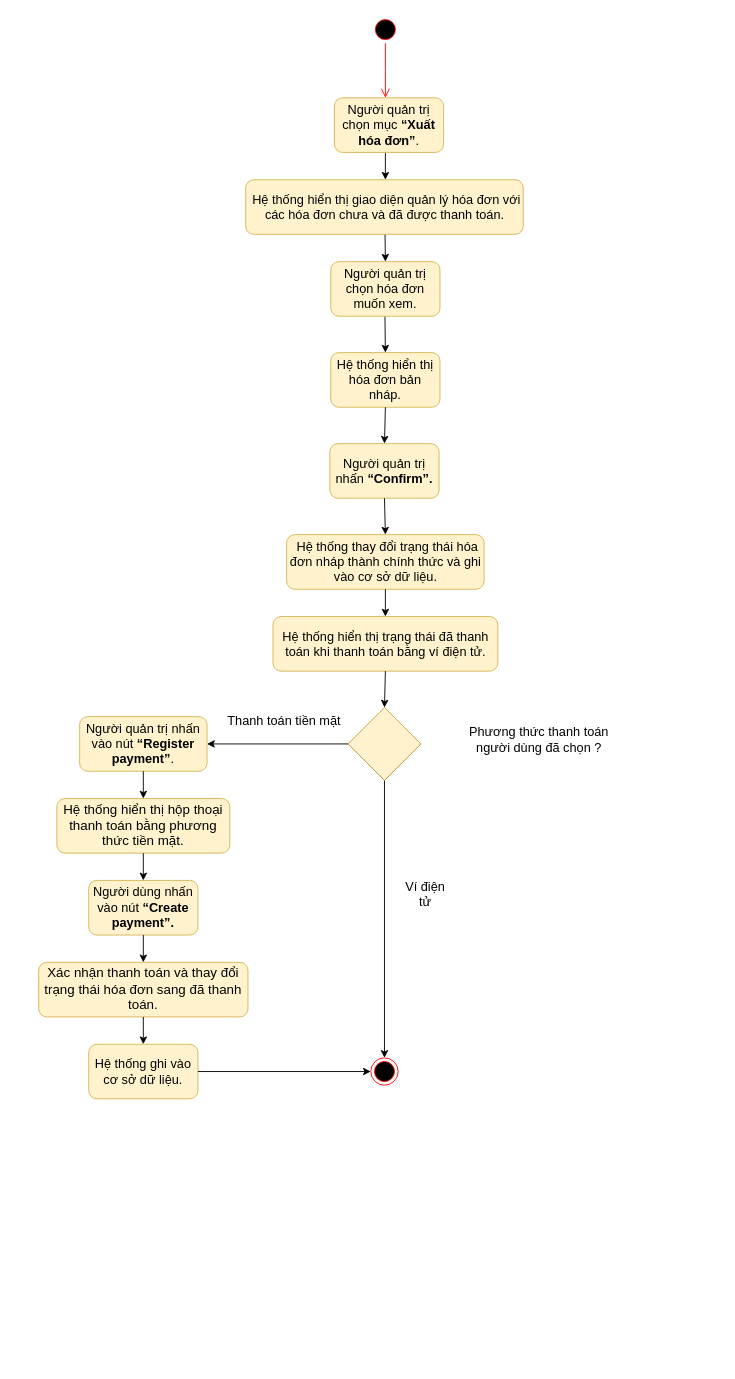
Earlier version of the draw.io diagram Nam3_HK1/CNPM_SoftTech/Activity Diagrams/Minh Tấn/AD_QuảnLíHoáĐơn.drawio (EdgarIgnite16/SGU-Course). Source tidied: cells renumbered, new cells numbered last; positions are measured from the earlier drawing's top-left corner, leaving out a move shared by most shapes. Both pictures are drawn from the tidied source at 91%, with x=0, y=0 at pixel (38, 15).
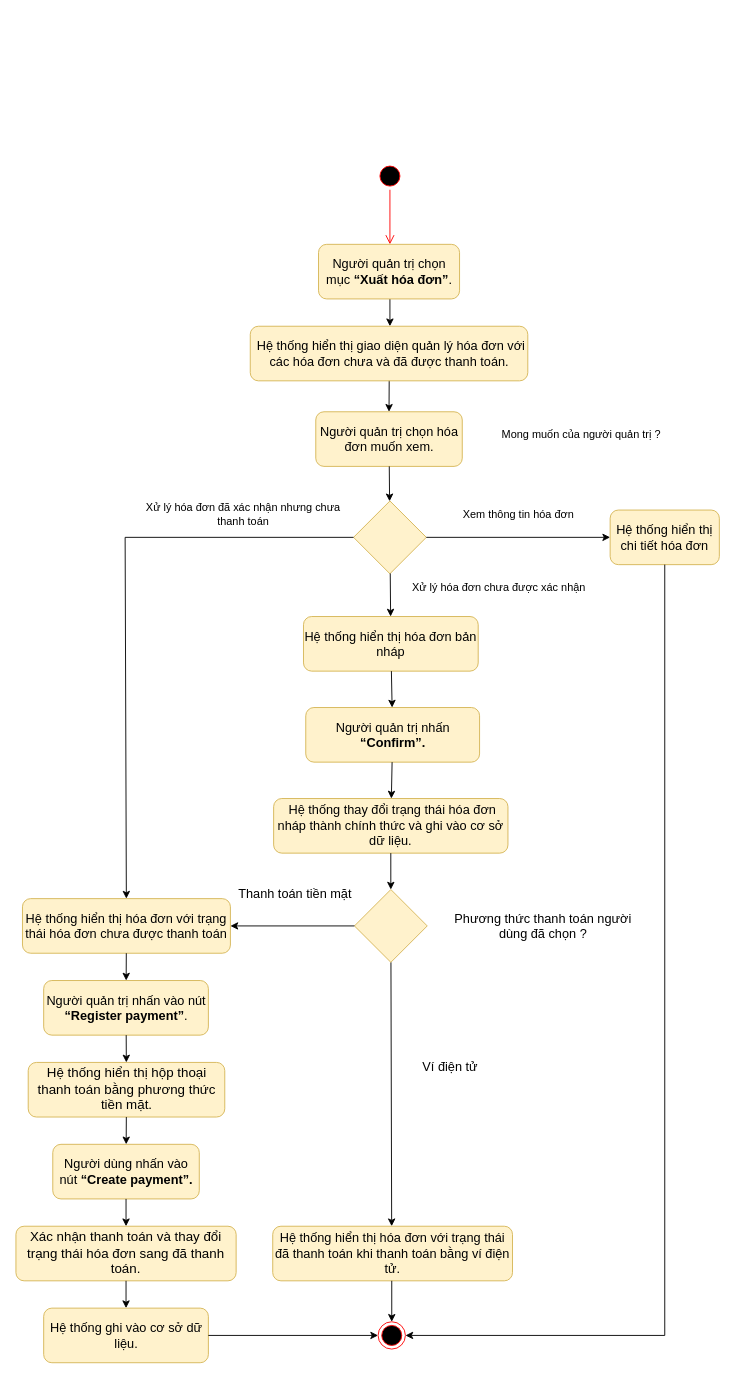
The same page after the edit.

What changed in the source:
```diff
@@
     <mxCell id="2" style="ellipse;html=1;shape=startState;fillColor=#000000;strokeColor=#ff0000;fontSize=14;" parent="1" vertex="1">
-      <mxGeometry x="366" width="30" height="30" as="geometry" />
+      <mxGeometry x="371" y="161" width="30" height="30" as="geometry" />
     </mxCell>
     <mxCell id="3" style="edgeStyle=orthogonalEdgeStyle;html=1;verticalAlign=bottom;endArrow=open;endSize=8;strokeColor=#ff0000;rounded=0;fontSize=14;" parent="1" edge="1" source="2">
       <mxGeometry relative="1" as="geometry">
-        <mxPoint x="381" y="90" as="targetPoint" />
+        <mxPoint x="386" y="251" as="targetPoint" />
       </mxGeometry>
     </mxCell>
     <mxCell id="4" style="endArrow=classic;html=1;rounded=0;fontSize=14;" parent="1" edge="1">
       <mxGeometry relative="1" as="geometry">
-        <mxPoint x="381" y="150" as="sourcePoint" />
-        <mxPoint x="381" y="180" as="targetPoint" />
+        <mxPoint x="386" y="311" as="sourcePoint" />
+        <mxPoint x="386" y="341" as="targetPoint" />
       </mxGeometry>
     </mxCell>
     <mxCell id="5" style="endArrow=classic;html=1;rounded=0;fontSize=14;entryX=0.5;entryY=0;entryDx=0;entryDy=0;" parent="1" edge="1" target="25">
       <mxGeometry relative="1" as="geometry">
-        <mxPoint x="380.4" y="220" as="sourcePoint" />
+        <mxPoint x="385.4" y="363" as="sourcePoint" />
       </mxGeometry>
     </mxCell>
-    <mxCell id="6" style="endArrow=classic;html=1;rounded=0;fontSize=14;entryX=0.5;entryY=0;entryDx=0;entryDy=0;" parent="1" edge="1" target="26">
-      <mxGeometry relative="1" as="geometry">
-        <mxPoint x="380.3" y="310" as="sourcePoint" />
-      </mxGeometry>
-    </mxCell>
-    <mxCell id="7" style="rhombus;whiteSpace=wrap;html=1;fontSize=14;" parent="1" vertex="1">
-      <mxGeometry x="340" y="760" width="80" height="80" as="geometry" />
-    </mxCell>
     <mxCell id="8" value="&lt;span id=&quot;docs-internal-guid-82bd6b2c-7fff-ee2b-9622-42759b33b3aa&quot; style=&quot;font-size: 14px;&quot;&gt;&lt;span style=&quot;font-size: 14px; font-family: Calibri, sans-serif; background-color: transparent; font-variant-numeric: normal; font-variant-east-asian: normal; vertical-align: baseline;&quot;&gt;Người quản trị nhấn vào nút &lt;/span&gt;&lt;span style=&quot;font-size: 14px; font-family: Calibri, sans-serif; background-color: transparent; font-weight: 700; font-variant-numeric: normal; font-variant-east-asian: normal; vertical-align: baseline;&quot;&gt;“Register payment”&lt;/span&gt;&lt;span style=&quot;font-size: 14px; font-family: Calibri, sans-serif; background-color: transparent; font-variant-numeric: normal; font-variant-east-asian: normal; vertical-align: baseline;&quot;&gt;.&lt;/span&gt;&lt;/span&gt;" style="rounded=1;whiteSpace=wrap;html=1;fillColor=#fff2cc;strokeColor=#d6b656;fontSize=14;" parent="1" vertex="1">
-      <mxGeometry x="45" y="770" width="140" height="60" as="geometry" />
+      <mxGeometry x="5.5" y="1060" width="181" height="60" as="geometry" />
     </mxCell>
-    <mxCell id="9" style="endArrow=classic;html=1;rounded=0;fontSize=14;" parent="1" edge="1" source="7" target="8">
-      <mxGeometry relative="1" as="geometry" />
-    </mxCell>
     <mxCell id="10" style="ellipse;html=1;shape=endState;fillColor=#000000;strokeColor=#ff0000;fontSize=14;" parent="1" vertex="1">
-      <mxGeometry x="365" y="1145" width="30" height="30" as="geometry" />
+      <mxGeometry x="373" y="1435" width="30" height="30" as="geometry" />
     </mxCell>
-    <mxCell id="11" style="endArrow=classic;html=1;rounded=0;fontSize=14;" parent="1" edge="1" source="7" target="10">
-      <mxGeometry relative="1" as="geometry" />
+    <mxCell id="11" style="endArrow=classic;html=1;rounded=0;fontSize=14;" parent="1" edge="1" source="27">
+      <mxGeometry relative="1" as="geometry">
+        <mxPoint x="387.9" y="1330" as="targetPoint" />
+      </mxGeometry>
     </mxCell>
     <mxCell id="12" value="Thanh toán tiền mặt" style="text;html=1;strokeColor=none;fillColor=none;align=center;verticalAlign=middle;whiteSpace=wrap;rounded=0;fontSize=14;" parent="1" vertex="1">
-      <mxGeometry x="205" y="760" width="130" height="30" as="geometry" />
+      <mxGeometry x="217" y="950" width="130" height="30" as="geometry" />
     </mxCell>
     <mxCell id="13" value="Ví điện tử" style="text;html=1;strokeColor=none;fillColor=none;align=center;verticalAlign=middle;whiteSpace=wrap;rounded=0;fontSize=14;" parent="1" vertex="1">
-      <mxGeometry x="395" y="950" width="60" height="30" as="geometry" />
+      <mxGeometry x="405" y="1140" width="95" height="30" as="geometry" />
     </mxCell>
     <mxCell id="14" value="&lt;span id=&quot;docs-internal-guid-eb1304e7-7fff-086b-f88d-4c14a9ac1ab4&quot; style=&quot;font-size: 14px;&quot;&gt;&lt;p style=&quot;line-height: 1.2; margin-top: 0pt; margin-bottom: 0pt; font-size: 14px;&quot; dir=&quot;ltr&quot;&gt;&lt;span id=&quot;docs-internal-guid-6332c4c4-7fff-e18f-17fd-bb8a9afc7945&quot;&gt;&lt;span style=&quot;font-size: 11pt; font-family: Calibri, sans-serif; background-color: transparent; font-variant-numeric: normal; font-variant-east-asian: normal; vertical-align: baseline;&quot;&gt;Hệ thống hiển thị hộp thoại thanh toán bằng phương thức tiền mặt.&lt;/span&gt;&lt;/span&gt;&lt;br&gt;&lt;/p&gt;&lt;/span&gt;" style="rounded=1;whiteSpace=wrap;html=1;fillColor=#fff2cc;strokeColor=#d6b656;fontSize=14;" parent="1" vertex="1">
-      <mxGeometry x="20" y="860" width="190" height="60" as="geometry" />
+      <mxGeometry x="-11.5" y="1150" width="216" height="60" as="geometry" />
     </mxCell>
     <mxCell id="15" value="&lt;span id=&quot;docs-internal-guid-7dc5a85f-7fff-6788-427d-58af0dc36bc6&quot; style=&quot;font-size: 14px;&quot;&gt;&lt;span style=&quot;font-size: 14px; font-family: Calibri, sans-serif; background-color: transparent; font-variant-numeric: normal; font-variant-east-asian: normal; vertical-align: baseline;&quot;&gt;Người dùng nhấn vào nút &lt;/span&gt;&lt;span style=&quot;font-size: 14px; font-family: Calibri, sans-serif; background-color: transparent; font-weight: 700; font-variant-numeric: normal; font-variant-east-asian: normal; vertical-align: baseline;&quot;&gt;“Create payment”.&lt;/span&gt;&lt;/span&gt;" style="rounded=1;whiteSpace=wrap;html=1;fillColor=#fff2cc;strokeColor=#d6b656;fontSize=14;" parent="1" vertex="1">
-      <mxGeometry x="55" y="950" width="120" height="60" as="geometry" />
+      <mxGeometry x="15.5" y="1240" width="161" height="60" as="geometry" />
     </mxCell>
     <mxCell id="16" value="&lt;span id=&quot;docs-internal-guid-d9709927-7fff-fc5c-e24d-6d82f52aab85&quot;&gt;&lt;span style=&quot;font-size: 11pt; font-family: Calibri, sans-serif; background-color: transparent; font-variant-numeric: normal; font-variant-east-asian: normal; vertical-align: baseline;&quot;&gt;Xác nhận thanh toán và thay đổi trạng thái hóa đơn sang đã thanh toán.&lt;/span&gt;&lt;/span&gt;" style="rounded=1;whiteSpace=wrap;html=1;fillColor=#fff2cc;strokeColor=#d6b656;fontSize=14;" parent="1" vertex="1">
-      <mxGeometry y="1040" width="230" height="60" as="geometry" />
+      <mxGeometry x="-25" y="1330" width="242" height="60" as="geometry" />
     </mxCell>
     <mxCell id="17" value="&lt;span id=&quot;docs-internal-guid-f720e814-7fff-b95b-db1c-44da7588d714&quot; style=&quot;font-size: 14px;&quot;&gt;&lt;span style=&quot;font-size: 14px; font-family: Calibri, sans-serif; background-color: transparent; font-variant-numeric: normal; font-variant-east-asian: normal; vertical-align: baseline;&quot;&gt;Hệ thống ghi vào cơ sở dữ liệu.&lt;/span&gt;&lt;/span&gt;" style="rounded=1;whiteSpace=wrap;html=1;fillColor=#fff2cc;strokeColor=#d6b656;fontSize=14;" parent="1" vertex="1">
-      <mxGeometry x="55" y="1130" width="120" height="60" as="geometry" />
+      <mxGeometry x="5.5" y="1420" width="181" height="60" as="geometry" />
     </mxCell>
@@
     <mxCell id="23" value="&lt;b id=&quot;docs-internal-guid-ece64f14-7fff-e380-074b-6f387ffb367f&quot; style=&quot;font-size: 14px;&quot;&gt;&lt;span style=&quot;font-weight: 400; font-size: 14px; font-family: Calibri, sans-serif; color: rgb(0, 0, 0); background-color: transparent; font-style: normal; font-variant: normal; text-decoration: none; vertical-align: baseline;&quot;&gt;Người quản trị chọn mục &lt;/span&gt;&lt;span style=&quot;font-size: 14px; font-family: Calibri, sans-serif; color: rgb(0, 0, 0); background-color: transparent; font-style: normal; font-variant: normal; text-decoration: none; vertical-align: baseline;&quot;&gt;“Xuất hóa đơn”&lt;/span&gt;&lt;span style=&quot;font-weight: 400; font-size: 14px; font-family: Calibri, sans-serif; color: rgb(0, 0, 0); background-color: transparent; font-style: normal; font-variant: normal; text-decoration: none; vertical-align: baseline;&quot;&gt;.&lt;/span&gt;&lt;/b&gt;" style="rounded=1;whiteSpace=wrap;html=1;fillColor=#fff2cc;strokeColor=#d6b656;fontSize=14;" parent="1" vertex="1">
-      <mxGeometry x="325" y="90" width="120" height="60" as="geometry" />
+      <mxGeometry x="307.5" y="251" width="155" height="60" as="geometry" />
     </mxCell>
     <mxCell id="24" value="&lt;span id=&quot;docs-internal-guid-7b4a493b-7fff-f714-02da-b1d1187f6110&quot; style=&quot;font-size: 14px;&quot;&gt;&lt;p style=&quot;line-height: 1.2; margin-top: 0pt; margin-bottom: 0pt; font-size: 14px;&quot; dir=&quot;ltr&quot;&gt;&lt;span style=&quot;font-size: 14px; font-family: Calibri, sans-serif; background-color: transparent; font-variant-numeric: normal; font-variant-east-asian: normal; vertical-align: baseline;&quot;&gt;&amp;nbsp;Hệ thống hiển thị giao diện quản lý hóa đơn với các hóa đơn chưa và đã được thanh toán.&lt;/span&gt;&lt;/p&gt;&lt;/span&gt;" style="rounded=1;whiteSpace=wrap;html=1;fillColor=#fff2cc;strokeColor=#d6b656;fontSize=14;" parent="1" vertex="1">
-      <mxGeometry x="227.5" y="180" width="305" height="60" as="geometry" />
+      <mxGeometry x="232.5" y="341" width="305" height="60" as="geometry" />
     </mxCell>
     <mxCell id="25" value="&lt;span id=&quot;docs-internal-guid-a053c337-7fff-7406-f3f4-984320d95d9f&quot; style=&quot;font-size: 14px;&quot;&gt;&lt;span style=&quot;font-size: 14px; font-family: Calibri, sans-serif; background-color: transparent; font-variant-numeric: normal; font-variant-east-asian: normal; vertical-align: baseline;&quot;&gt;Người quản trị chọn hóa đơn muốn xem. &lt;/span&gt;&lt;/span&gt;" style="rounded=1;whiteSpace=wrap;html=1;fillColor=#fff2cc;strokeColor=#d6b656;fontSize=14;" parent="1" vertex="1">
-      <mxGeometry x="321" y="270" width="120" height="60" as="geometry" />
+      <mxGeometry x="304.5" y="435" width="161" height="60" as="geometry" />
     </mxCell>
-    <mxCell id="26" value="&lt;span id=&quot;docs-internal-guid-9321fcc2-7fff-ab9b-c92e-c49a3f9e063b&quot; style=&quot;font-size: 14px;&quot;&gt;&lt;span style=&quot;font-size: 14px; font-family: Calibri, sans-serif; background-color: transparent; font-variant-numeric: normal; font-variant-east-asian: normal; vertical-align: baseline;&quot;&gt;Hệ thống hiển thị hóa đơn bản nháp.&lt;/span&gt;&lt;/span&gt;" style="rounded=1;whiteSpace=wrap;html=1;fillColor=#fff2cc;strokeColor=#d6b656;fontSize=14;" parent="1" vertex="1">
-      <mxGeometry x="321" y="370" width="120" height="60" as="geometry" />
+    <mxCell id="26" value="&lt;span id=&quot;docs-internal-guid-9321fcc2-7fff-ab9b-c92e-c49a3f9e063b&quot; style=&quot;font-size: 14px;&quot;&gt;&lt;span style=&quot;font-size: 14px; font-family: Calibri, sans-serif; background-color: transparent; font-variant-numeric: normal; font-variant-east-asian: normal; vertical-align: baseline;&quot;&gt;Hệ thống hiển thị chi tiết hóa đơn&lt;/span&gt;&lt;/span&gt;" style="rounded=1;whiteSpace=wrap;html=1;fillColor=#fff2cc;strokeColor=#d6b656;fontSize=14;" parent="1" vertex="1">
+      <mxGeometry x="628" y="543" width="120" height="60" as="geometry" />
     </mxCell>
     <mxCell id="27" style="rhombus;whiteSpace=wrap;html=1;fillColor=#fff2cc;strokeColor=#d6b656;fontSize=14;" parent="1" vertex="1">
-      <mxGeometry x="340" y="760" width="80" height="80" as="geometry" />
+      <mxGeometry x="347" y="960" width="80" height="80" as="geometry" />
     </mxCell>
     <mxCell id="28" value="Phương thức thanh toán người dùng đã chọn ?" style="text;html=1;strokeColor=none;fillColor=none;align=center;verticalAlign=middle;whiteSpace=wrap;rounded=0;fontSize=14;" parent="1" vertex="1">
-      <mxGeometry x="465" y="780" width="170" height="30" as="geometry" />
+      <mxGeometry x="450" y="985" width="209" height="30" as="geometry" />
     </mxCell>
     <mxCell id="29" value="&lt;span id=&quot;docs-internal-guid-6161ec6b-7fff-d71a-4741-5874e3ac7669&quot; style=&quot;font-size: 14px;&quot;&gt;&lt;span style=&quot;font-size: 14px; font-family: Calibri, sans-serif; background-color: transparent; font-variant-numeric: normal; font-variant-east-asian: normal; vertical-align: baseline;&quot;&gt;Người quản trị nhấn &lt;/span&gt;&lt;span style=&quot;font-size: 14px; font-family: Calibri, sans-serif; background-color: transparent; font-weight: 700; font-variant-numeric: normal; font-variant-east-asian: normal; vertical-align: baseline;&quot;&gt;“Confirm”.&lt;/span&gt;&lt;/span&gt;" style="rounded=1;whiteSpace=wrap;html=1;fillColor=#fff2cc;strokeColor=#d6b656;fontSize=14;" parent="1" vertex="1">
-      <mxGeometry x="320" y="470" width="120" height="60" as="geometry" />
+      <mxGeometry x="293.5" y="760" width="191" height="60" as="geometry" />
     </mxCell>
     <mxCell id="30" value="&lt;span id=&quot;docs-internal-guid-a2474401-7fff-82ec-a566-3ac400b3e1a0&quot; style=&quot;font-size: 14px;&quot;&gt;&lt;span style=&quot;font-size: 14px; font-family: Calibri, sans-serif; background-color: transparent; font-variant-numeric: normal; font-variant-east-asian: normal; vertical-align: baseline;&quot;&gt;&amp;nbsp;Hệ thống thay đổi trạng thái hóa đơn nháp thành chính thức và ghi vào cơ sở dữ liệu.&lt;/span&gt;&lt;/span&gt;" style="rounded=1;whiteSpace=wrap;html=1;fillColor=#fff2cc;strokeColor=#d6b656;fontSize=14;" parent="1" vertex="1">
-      <mxGeometry x="272.5" y="570" width="217" height="60" as="geometry" />
+      <mxGeometry x="258.2" y="860" width="257.5" height="60" as="geometry" />
     </mxCell>
-    <mxCell id="31" value="&lt;span id=&quot;docs-internal-guid-59f20b45-7fff-b62a-abc2-cb8c6c1e50fb&quot; style=&quot;font-size: 14px;&quot;&gt;&lt;span style=&quot;font-size: 14px; font-family: Calibri, sans-serif; background-color: transparent; font-variant-numeric: normal; font-variant-east-asian: normal; vertical-align: baseline;&quot;&gt;Hệ thống hiển thị trạng thái đã thanh toán khi thanh toán bằng ví điện tử.&lt;/span&gt;&lt;/span&gt;" style="rounded=1;whiteSpace=wrap;html=1;fillColor=#fff2cc;strokeColor=#d6b656;fontSize=14;" parent="1" vertex="1">
-      <mxGeometry x="257.5" y="660" width="247" height="60" as="geometry" />
-    </mxCell>
-    <mxCell id="32" style="endArrow=classic;html=1;rounded=0;exitX=0.5;exitY=1;exitDx=0;exitDy=0;entryX=0.5;entryY=0;entryDx=0;entryDy=0;fontSize=14;" parent="1" edge="1" source="26" target="29">
-      <mxGeometry relative="1" as="geometry" />
-    </mxCell>
-    <mxCell id="33" style="endArrow=classic;html=1;rounded=0;exitX=0.5;exitY=1;exitDx=0;exitDy=0;entryX=0.5;entryY=0;entryDx=0;entryDy=0;fontSize=14;" parent="1" edge="1" source="29" target="30">
+    <mxCell id="33" style="endArrow=classic;html=1;rounded=0;fontSize=14;" parent="1" edge="1" source="29" target="30">
       <mxGeometry relative="1" as="geometry" />
     </mxCell>
-    <mxCell id="34" style="endArrow=classic;html=1;rounded=0;exitX=0.5;exitY=1;exitDx=0;exitDy=0;entryX=0.5;entryY=0;entryDx=0;entryDy=0;fontSize=14;" parent="1" edge="1" source="30" target="31">
+    <mxCell id="34" style="endArrow=classic;html=1;rounded=0;exitX=0.5;exitY=1;exitDx=0;exitDy=0;fontSize=14;" parent="1" edge="1" source="30" target="27">
       <mxGeometry relative="1" as="geometry" />
     </mxCell>
-    <mxCell id="35" style="endArrow=classic;html=1;rounded=0;exitX=0.5;exitY=1;exitDx=0;exitDy=0;entryX=0.5;entryY=0;entryDx=0;entryDy=0;fontSize=14;" parent="1" edge="1" source="31" target="27">
-      <mxGeometry relative="1" as="geometry" />
-    </mxCell>
+    <mxCell id="36" value="&lt;font face=&quot;Calibri, sans-serif&quot;&gt;Hệ thống hiển thị hóa đơn bản nháp&lt;/font&gt;" style="rounded=1;whiteSpace=wrap;html=1;fillColor=#fff2cc;strokeColor=#d6b656;fontSize=14;" parent="1" vertex="1">
+      <mxGeometry x="291" y="660" width="192" height="60" as="geometry" />
+    </mxCell>
+    <mxCell id="37" style="endArrow=classic;html=1;rounded=0;" parent="1" edge="1" source="36" target="29">
+      <mxGeometry relative="1" as="geometry" />
+    </mxCell>
+    <mxCell id="38" style="rhombus;whiteSpace=wrap;html=1;fillColor=#fff2cc;strokeColor=#d6b656;" parent="1" vertex="1">
+      <mxGeometry x="346" y="533" width="80" height="80" as="geometry" />
+    </mxCell>
+    <mxCell id="39" value="&lt;font face=&quot;Calibri, sans-serif&quot;&gt;Hệ thống hiển thị hóa đơn với trạng thái hóa đơn chưa được thanh toán&lt;/font&gt;" style="rounded=1;whiteSpace=wrap;html=1;fillColor=#fff2cc;strokeColor=#d6b656;fontSize=14;" parent="1" vertex="1">
+      <mxGeometry x="-17.8" y="970" width="228.5" height="60" as="geometry" />
+    </mxCell>
+    <mxCell id="40" style="endArrow=classic;html=1;rounded=0;fontSize=14;" parent="1" edge="1" source="39" target="8">
+      <mxGeometry relative="1" as="geometry" />
+    </mxCell>
+    <mxCell id="41" style="endArrow=classic;html=1;rounded=0;" parent="1" edge="1" source="27" target="39">
+      <mxGeometry relative="1" as="geometry" />
+    </mxCell>
+    <mxCell id="42" value="&lt;span id=&quot;docs-internal-guid-59f20b45-7fff-b62a-abc2-cb8c6c1e50fb&quot; style=&quot;font-size: 14px;&quot;&gt;&lt;span style=&quot;font-size: 14px; font-family: Calibri, sans-serif; background-color: transparent; font-variant-numeric: normal; font-variant-east-asian: normal; vertical-align: baseline;&quot;&gt;Hệ thống hiển thị hóa đơn với trạng thái đã thanh toán khi thanh toán bằng ví điện tử.&lt;/span&gt;&lt;/span&gt;" style="rounded=1;whiteSpace=wrap;html=1;fillColor=#fff2cc;strokeColor=#d6b656;fontSize=14;" parent="1" vertex="1">
+      <mxGeometry x="257.2" y="1330" width="263.5" height="60" as="geometry" />
+    </mxCell>
+    <mxCell id="43" style="endArrow=classic;html=1;rounded=0;fontSize=14;" parent="1" edge="1" target="10">
+      <mxGeometry relative="1" as="geometry">
+        <mxPoint x="388" y="1390" as="sourcePoint" />
+      </mxGeometry>
+    </mxCell>
+    <mxCell id="44" value="Mong muốn của người quản trị ?" style="text;html=1;strokeColor=none;fillColor=none;align=center;verticalAlign=middle;whiteSpace=wrap;rounded=0;" parent="1" vertex="1">
+      <mxGeometry x="500" y="445" width="193" height="30" as="geometry" />
+    </mxCell>
+    <mxCell id="45" style="endArrow=classic;html=1;rounded=0;" parent="1" edge="1" source="38" target="39">
+      <mxGeometry relative="1" as="geometry">
+        <Array as="points">
+          <mxPoint x="95" y="573" />
+        </Array>
+      </mxGeometry>
+    </mxCell>
+    <mxCell id="46" style="endArrow=classic;html=1;rounded=0;" parent="1" edge="1" source="26" target="10">
+      <mxGeometry relative="1" as="geometry">
+        <Array as="points">
+          <mxPoint x="688" y="1450" />
+        </Array>
+      </mxGeometry>
+    </mxCell>
+    <mxCell id="47" style="endArrow=classic;html=1;rounded=0;" parent="1" edge="1" source="25" target="38">
+      <mxGeometry relative="1" as="geometry" />
+    </mxCell>
+    <mxCell id="48" style="endArrow=classic;html=1;rounded=0;" parent="1" edge="1" source="38" target="26">
+      <mxGeometry relative="1" as="geometry" />
+    </mxCell>
+    <mxCell id="49" style="endArrow=classic;html=1;rounded=0;" parent="1" edge="1" source="38" target="36">
+      <mxGeometry relative="1" as="geometry" />
+    </mxCell>
+    <mxCell id="50" value="Xử lý hóa đơn đã xác nhận nhưng chưa thanh toán" style="text;html=1;strokeColor=none;fillColor=none;align=center;verticalAlign=middle;whiteSpace=wrap;rounded=0;" parent="1" vertex="1">
+      <mxGeometry x="115" y="533" width="220" height="30" as="geometry" />
+    </mxCell>
+    <mxCell id="51" value="Xử lý hóa đơn chưa được xác nhận" style="text;html=1;strokeColor=none;fillColor=none;align=center;verticalAlign=middle;whiteSpace=wrap;rounded=0;" parent="1" vertex="1">
+      <mxGeometry x="401" y="613" width="210" height="30" as="geometry" />
+    </mxCell>
+    <mxCell id="52" value="Xem thông tin hóa đơn" style="text;html=1;strokeColor=none;fillColor=none;align=center;verticalAlign=middle;whiteSpace=wrap;rounded=0;" parent="1" vertex="1">
+      <mxGeometry x="445" y="533" width="165" height="30" as="geometry" />
+    </mxCell>
```
